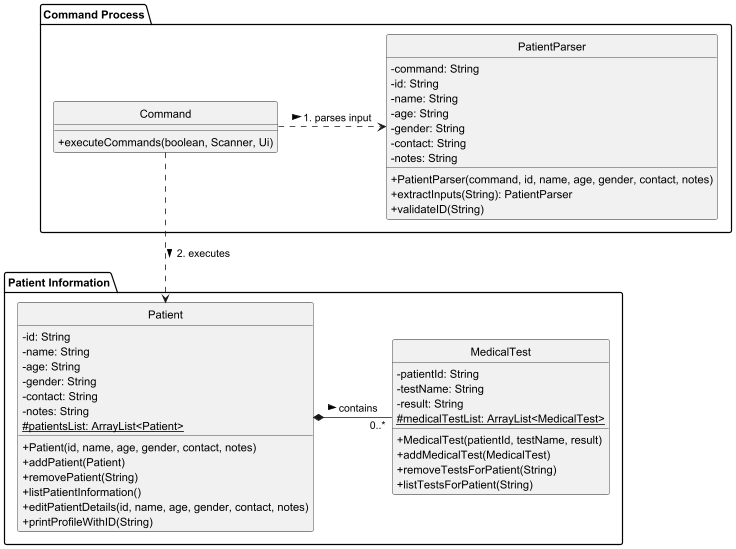
AY2425S2-CS2113-T11b-3/tp keeps this PlantUML diagram as docs/assets/patientImages/patientInformation.png. Above is the earlier version.
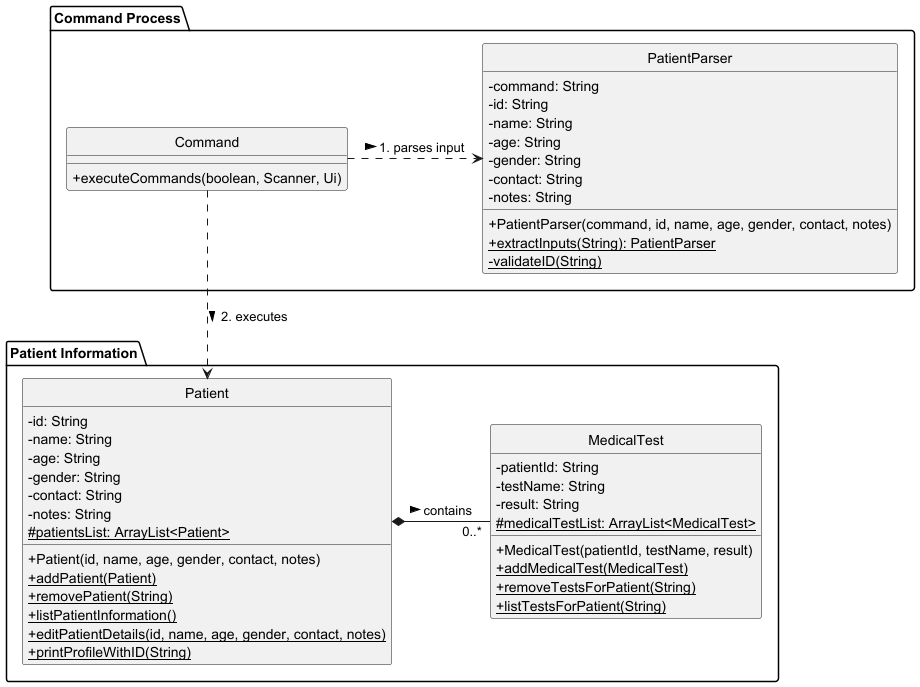
After the commit.

Commit message:
Update DG for patient related classes

What changed in the source:
```diff
@@ -13,11 +13,11 @@
     -notes: String
     # {static} patientsList: ArrayList<Patient>
     +Patient(id, name, age, gender, contact, notes)
-    +addPatient(Patient)
-    +removePatient(String)
-    +listPatientInformation()
-    +editPatientDetails(id, name, age, gender, contact, notes)
-    +printProfileWithID(String)
+    + {static} addPatient(Patient)
+    +{static}removePatient(String)
+    +{static}listPatientInformation()
+    +{static}editPatientDetails(id, name, age, gender, contact, notes)
+    +{static}printProfileWithID(String)
   }
 
   class MedicalTest {
@@ -26,9 +26,9 @@
     -result: String
     #{static}medicalTestList: ArrayList<MedicalTest>
     +MedicalTest(patientId, testName, result)
-    +addMedicalTest(MedicalTest)
-    +removeTestsForPatient(String)
-    +listTestsForPatient(String)
+    +{static}addMedicalTest(MedicalTest)
+    +{static}removeTestsForPatient(String)
+    +{static}listTestsForPatient(String)
   }
 }
 
@@ -46,8 +46,9 @@
     -contact: String
     -notes: String
     +PatientParser(command, id, name, age, gender, contact, notes)
-    +extractInputs(String): PatientParser
-    +validateID(String)
+    +{static}extractInputs(String): PatientParser
+    -{static}validateID(String)
+
   }
 }
 
```
